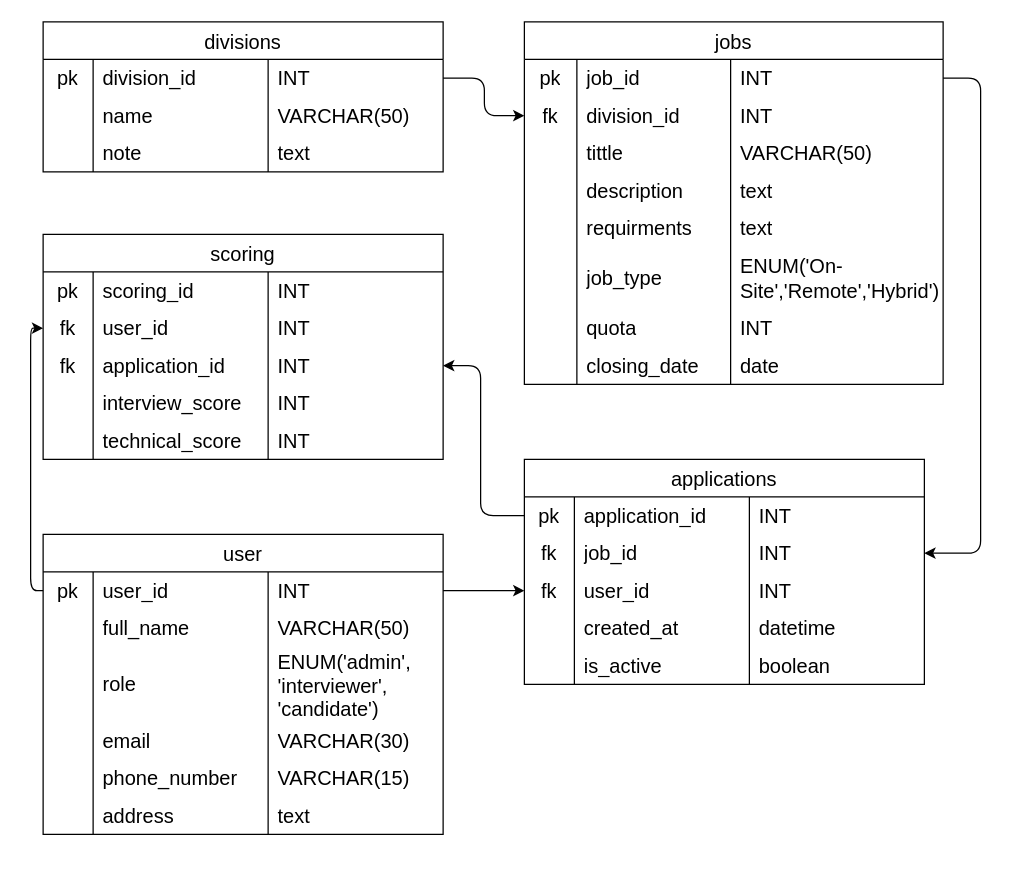
The draw.io diagram ERD.drawio in xcyltra/Group-3_Final-Exam_AP, before the edit. Source tidied: cells renumbered, new cells numbered last; positions are measured from the earlier drawing's top-left corner, leaving out a move shared by most shapes. Both pictures are drawn from the tidied source at 125%, with x=0, y=0 at pixel (42, 21).
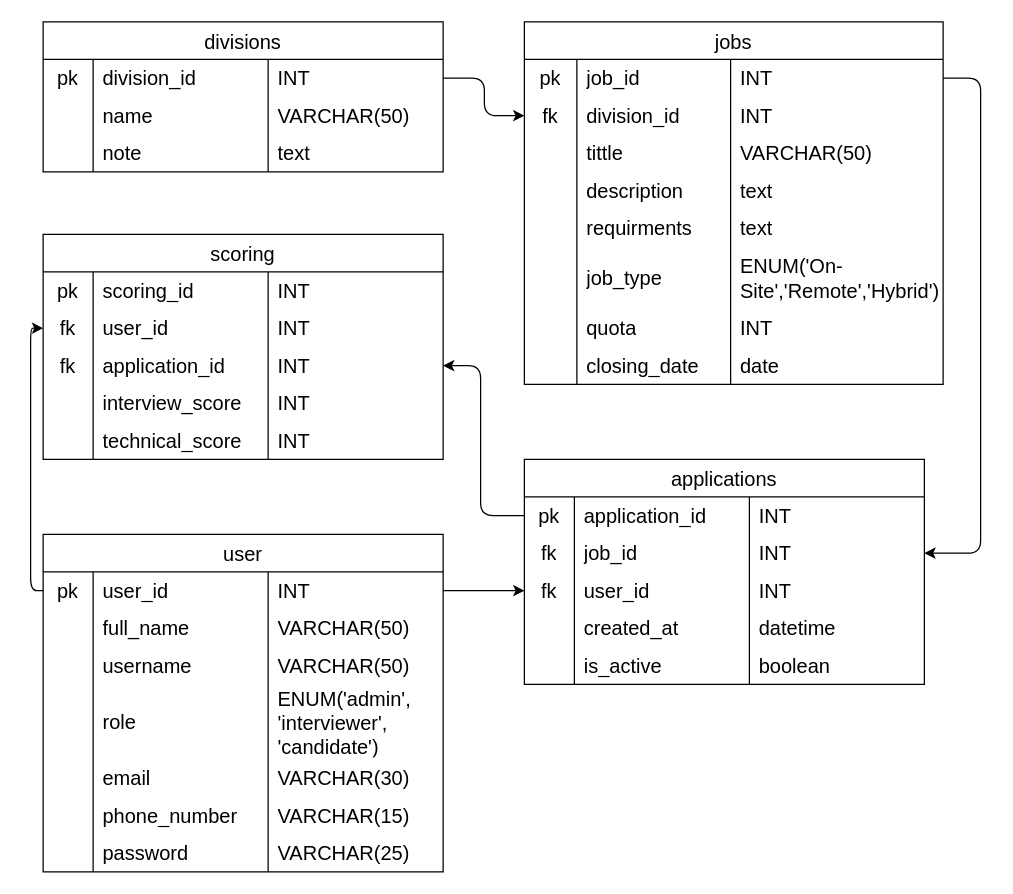
After the change.

Commit message:
update username dan password

Diff of the diagram source:
```diff
@@
     <mxCell id="48" value="user" style="shape=table;startSize=30;childLayout=tableLayout;rowLines=0;fontStyle=0;strokeColor=default;fontSize=16;" parent="1" vertex="1">
-      <mxGeometry y="410" width="320" height="240" as="geometry" />
+      <mxGeometry y="410" width="320" height="270" as="geometry" />
     </mxCell>
@@
+    <mxCell id="120" style="shape=tableRow;horizontal=0;startSize=0;swimlaneHead=0;swimlaneBody=0;top=0;left=0;bottom=0;right=0;fillColor=none;strokeColor=inherit;fontSize=16;" parent="48" vertex="1">
+      <mxGeometry y="90" width="320" height="30" as="geometry" />
+    </mxCell>
+    <mxCell id="121" style="shape=partialRectangle;html=1;whiteSpace=wrap;fillColor=none;top=0;left=0;bottom=0;right=0;overflow=hidden;strokeColor=inherit;fontSize=16;" parent="120" vertex="1">
+      <mxGeometry width="40" height="30" as="geometry" />
+    </mxCell>
+    <mxCell id="122" value="username" style="shape=partialRectangle;html=1;whiteSpace=wrap;fillColor=none;top=0;left=0;bottom=0;right=0;align=left;spacingLeft=6;overflow=hidden;strokeColor=inherit;fontSize=16;" parent="120" vertex="1">
+      <mxGeometry x="40" width="140" height="30" as="geometry" />
+    </mxCell>
+    <mxCell id="123" value="VARCHAR(50)" style="shape=partialRectangle;html=1;whiteSpace=wrap;fillColor=none;top=0;left=0;bottom=0;right=0;align=left;spacingLeft=6;overflow=hidden;strokeColor=inherit;fontSize=16;" parent="120" vertex="1">
+      <mxGeometry x="180" width="140" height="30" as="geometry" />
+    </mxCell>
     <mxCell id="57" style="shape=tableRow;horizontal=0;startSize=0;swimlaneHead=0;swimlaneBody=0;top=0;left=0;bottom=0;right=0;fillColor=none;strokeColor=inherit;fontSize=16;" parent="48" vertex="1">
-      <mxGeometry y="90" width="320" height="60" as="geometry" />
+      <mxGeometry y="120" width="320" height="60" as="geometry" />
     </mxCell>
@@
     <mxCell id="61" style="shape=tableRow;horizontal=0;startSize=0;swimlaneHead=0;swimlaneBody=0;top=0;left=0;bottom=0;right=0;fillColor=none;strokeColor=inherit;fontSize=16;" parent="48" vertex="1">
-      <mxGeometry y="150" width="320" height="30" as="geometry" />
+      <mxGeometry y="180" width="320" height="30" as="geometry" />
     </mxCell>
@@
     <mxCell id="65" style="shape=tableRow;horizontal=0;startSize=0;swimlaneHead=0;swimlaneBody=0;top=0;left=0;bottom=0;right=0;fillColor=none;strokeColor=inherit;fontSize=16;" parent="48" vertex="1">
-      <mxGeometry y="180" width="320" height="30" as="geometry" />
+      <mxGeometry y="210" width="320" height="30" as="geometry" />
     </mxCell>
@@
     <mxCell id="69" style="shape=tableRow;horizontal=0;startSize=0;swimlaneHead=0;swimlaneBody=0;top=0;left=0;bottom=0;right=0;fillColor=none;strokeColor=inherit;fontSize=16;" parent="48" vertex="1">
-      <mxGeometry y="210" width="320" height="30" as="geometry" />
+      <mxGeometry y="240" width="320" height="30" as="geometry" />
     </mxCell>
@@
-    <mxCell id="71" value="address" style="shape=partialRectangle;html=1;whiteSpace=wrap;fillColor=none;top=0;left=0;bottom=0;right=0;align=left;spacingLeft=6;overflow=hidden;strokeColor=inherit;fontSize=16;" parent="69" vertex="1">
+    <mxCell id="71" value="password" style="shape=partialRectangle;html=1;whiteSpace=wrap;fillColor=none;top=0;left=0;bottom=0;right=0;align=left;spacingLeft=6;overflow=hidden;strokeColor=inherit;fontSize=16;" parent="69" vertex="1">
       <mxGeometry x="40" width="140" height="30" as="geometry" />
     </mxCell>
-    <mxCell id="72" value="text" style="shape=partialRectangle;html=1;whiteSpace=wrap;fillColor=none;top=0;left=0;bottom=0;right=0;align=left;spacingLeft=6;overflow=hidden;strokeColor=inherit;fontSize=16;" parent="69" vertex="1">
+    <mxCell id="72" value="VARCHAR(25)" style="shape=partialRectangle;html=1;whiteSpace=wrap;fillColor=none;top=0;left=0;bottom=0;right=0;align=left;spacingLeft=6;overflow=hidden;strokeColor=inherit;fontSize=16;" parent="69" vertex="1">
       <mxGeometry x="180" width="140" height="30" as="geometry" />
     </mxCell>
```
